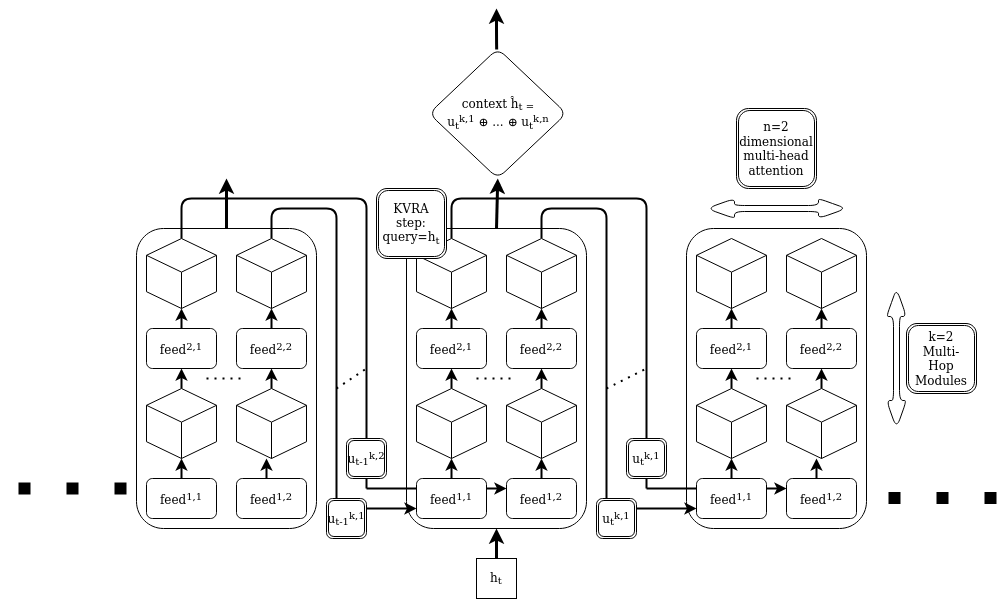
Above: example_att/feedfwdKbattTF.png in marvosyntactical/joeynmt (draw.io), before the change. Source tidied: cells renumbered, new cells last; positions are measured from the earlier drawing's top-left corner, leaving out a move shared by most shapes.
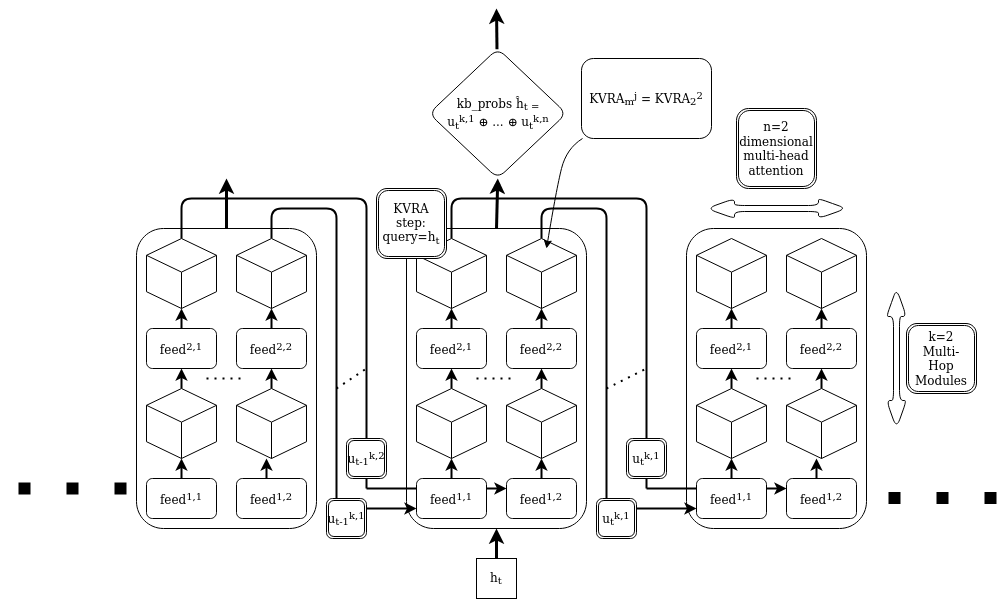
After the change.

Diff of the diagram source:
```diff
@@ -272,7 +272,7 @@
     <mxCell id="68" style="endArrow=classic;html=1;strokeWidth=3;exitX=0.5;exitY=0;exitDx=0;exitDy=0;entryX=0.5;entryY=1;entryDx=0;entryDy=0;" parent="1" edge="1" source="39" target="69">
       <mxGeometry relative="1" as="geometry" />
     </mxCell>
-    <mxCell id="69" value="&lt;div&gt;context ĥ&lt;sub&gt;t =&lt;br&gt;&lt;/sub&gt;&lt;/div&gt;&lt;div&gt;u&lt;sub&gt;t&lt;/sub&gt;&lt;sup&gt;k,1&lt;/sup&gt; ⊕ ... ⊕ u&lt;sub&gt;t&lt;/sub&gt;&lt;sup&gt;k,n&lt;/sup&gt;&lt;br&gt;&lt;/div&gt;" style="rhombus;whiteSpace=wrap;html=1;rounded=1;shadow=0;glass=0;fillColor=#ffffff;" parent="1" vertex="1">
+    <mxCell id="69" value="&lt;div&gt;kb_probs ĥ&lt;sub&gt;t =&lt;br&gt;&lt;/sub&gt;&lt;/div&gt;&lt;div&gt;u&lt;sub&gt;t&lt;/sub&gt;&lt;sup&gt;k,1&lt;/sup&gt; ⊕ ... ⊕ u&lt;sub&gt;t&lt;/sub&gt;&lt;sup&gt;k,n&lt;/sup&gt;&lt;br&gt;&lt;/div&gt;" style="rhombus;whiteSpace=wrap;html=1;rounded=1;shadow=0;glass=0;fillColor=#ffffff;" parent="1" vertex="1">
       <mxGeometry x="422.5" y="40" width="137.5" height="130" as="geometry" />
     </mxCell>
     <mxCell id="70" value="u&lt;sub&gt;t-1&lt;/sub&gt;&lt;sup&gt;k,1&lt;/sup&gt;&lt;br&gt;&lt;sup&gt;&lt;/sup&gt;" style="shape=ext;double=1;whiteSpace=wrap;html=1;rounded=1;shadow=0;glass=0;fillColor=#ffffff;" parent="1" vertex="1">
@@ -318,10 +318,19 @@
     <mxCell id="78" style="endArrow=classic;html=1;strokeWidth=3;entryX=0.5;entryY=1;entryDx=0;entryDy=0;" parent="1" edge="1" source="69">
       <mxGeometry relative="1" as="geometry">
         <mxPoint x="490" as="targetPoint" />
-        <Array as="points">
-          <mxPoint x="490" y="30" />
-        </Array>
       </mxGeometry>
     </mxCell>
+    <mxCell id="79" value="&lt;div&gt;KVRA&lt;sub&gt;m&lt;/sub&gt;&lt;sup&gt;j&lt;/sup&gt; = KVRA&lt;sub&gt;2&lt;/sub&gt;&lt;sup&gt;2&lt;/sup&gt;&lt;br&gt;&lt;sup&gt;&lt;/sup&gt;&lt;/div&gt;" style="rounded=1;whiteSpace=wrap;html=1;" parent="1" vertex="1">
+      <mxGeometry x="575" y="50" width="130" height="80" as="geometry" />
+    </mxCell>
+    <mxCell id="80" style="curved=1;endArrow=classic;html=1;" parent="1" edge="1" source="79">
+      <mxGeometry relative="1" as="geometry">
+        <mxPoint x="540" y="240" as="targetPoint" />
+        <Array as="points">
+          <mxPoint x="560" y="140" />
+          <mxPoint x="550" y="180" />
+        </Array>
+      </mxGeometry>
+    </mxCell>
   </root>
 </mxGraphModel>
```
